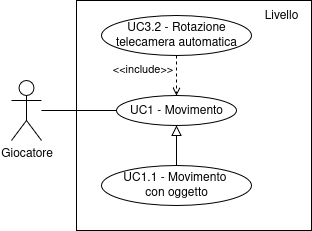
Before: Documentazione/source/imgs/uc-movimento.png, a diagram exported from draw.io (fliposab/ProgettoStage). Source tidied: cells renumbered, new cells last; positions are measured from the earlier drawing's top-left corner, leaving out a move shared by most shapes.
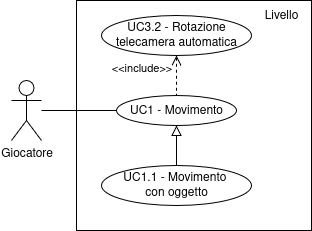
Later version of the same file.

What changed in the source:
```diff
@@ -26,7 +26,7 @@
     <mxCell id="9" value="&lt;div&gt;UC3.2 - Rotazione&lt;/div&gt;&lt;div&gt;telecamera automatica&lt;/div&gt;" style="ellipse;whiteSpace=wrap;html=1;" parent="1" vertex="1">
       <mxGeometry x="90" y="15" width="150" height="40" as="geometry" />
     </mxCell>
-    <mxCell id="10" style="rounded=0;jettySize=auto;html=1;endArrow=open;endFill=0;dashed=1;" parent="1" edge="1" source="9" target="5">
+    <mxCell id="10" style="rounded=0;jettySize=auto;html=1;endArrow=none;endFill=0;dashed=1;startArrow=open;startFill=0;startSize=8;" parent="1" edge="1" source="9" target="5">
       <mxGeometry relative="1" as="geometry" />
     </mxCell>
     <mxCell id="11" value="&amp;lt;&amp;lt;include&amp;gt;&amp;gt;" style="edgeLabel;html=1;align=center;verticalAlign=middle;labelBackgroundColor=none;" parent="10" vertex="1">
```
